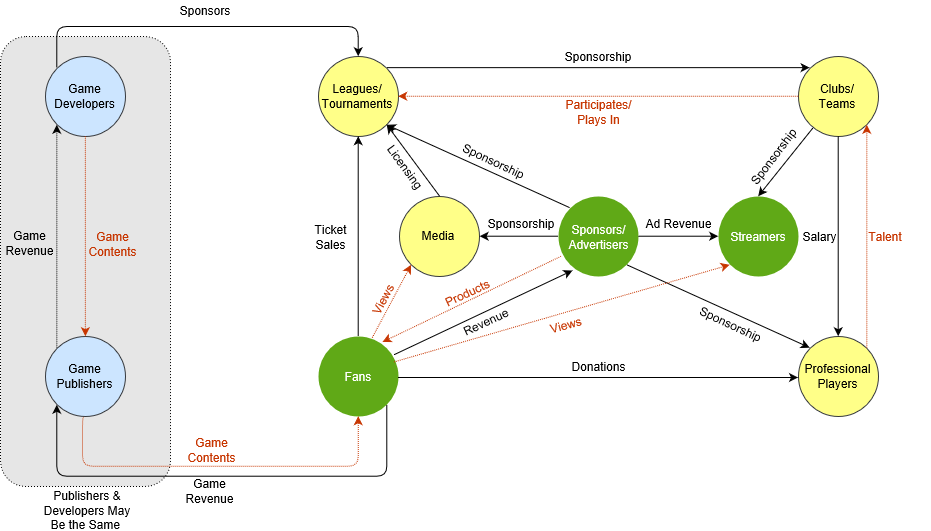
ryanpo/ryanpo.github.io keeps this draw.io diagram as Flow v2.png. Above is the earlier version. Source tidied: cells renumbered, new cells last; positions are measured from the earlier drawing's top-left corner, leaving out a move shared by most shapes.
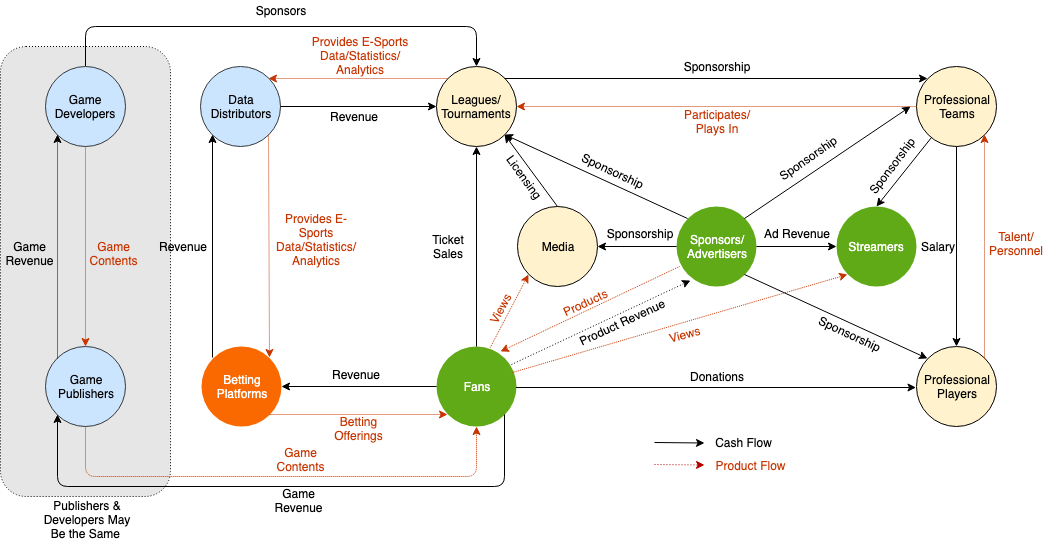
Above is the later version.

Diff of the diagram source:
```diff
@@ -3,40 +3,42 @@
     <mxCell id="0" />
     <mxCell id="1" parent="0" />
     <mxCell id="2" style="rounded=1;whiteSpace=wrap;html=1;dashed=1;dashPattern=1 2;fillColor=#E6E6E6;" parent="1" vertex="1">
-      <mxGeometry y="36" width="170" height="450" as="geometry" />
+      <mxGeometry x="-118" y="36" width="170" height="450" as="geometry" />
     </mxCell>
     <mxCell id="3" value="&lt;div&gt;Sponsors/&lt;/div&gt;&lt;div&gt;Advertisers&lt;br&gt;&lt;/div&gt;" style="ellipse;whiteSpace=wrap;html=1;fillColor=#60a917;strokeColor=none;fontColor=#ffffff;" parent="1" vertex="1">
       <mxGeometry x="557.5" y="196" width="80" height="80" as="geometry" />
     </mxCell>
-    <mxCell id="4" value="&lt;div&gt;Clubs/&lt;/div&gt;&lt;div&gt;Teams&lt;br&gt;&lt;/div&gt;" style="ellipse;whiteSpace=wrap;html=1;fillColor=#ffff88;strokeColor=#36393d;" parent="1" vertex="1">
+    <mxCell id="4" value="&lt;div&gt;Professional&lt;/div&gt;&lt;div&gt;Teams&lt;br&gt;&lt;/div&gt;" style="ellipse;whiteSpace=wrap;html=1;fillColor=#fff2cc;strokeColor=#000000;" parent="1" vertex="1">
       <mxGeometry x="797.5" y="56" width="80" height="80" as="geometry" />
     </mxCell>
     <mxCell id="5" value="Streamers&lt;br&gt;" style="ellipse;whiteSpace=wrap;html=1;fillColor=#60a917;strokeColor=none;fontColor=#ffffff;" parent="1" vertex="1">
       <mxGeometry x="717.5" y="196" width="80" height="80" as="geometry" />
     </mxCell>
+    <mxCell id="55" value="&lt;div&gt;Data&lt;/div&gt;&lt;div&gt;Distributors&lt;/div&gt;" style="ellipse;whiteSpace=wrap;html=1;fillColor=#cce5ff;strokeColor=#36393d;" parent="1" vertex="1">
+      <mxGeometry x="82" y="56" width="80" height="80" as="geometry" />
+    </mxCell>
     <mxCell id="6" value="Fans" style="ellipse;whiteSpace=wrap;html=1;fillColor=#60a917;strokeColor=none;fontColor=#ffffff;" parent="1" vertex="1">
       <mxGeometry x="317.5" y="336" width="80" height="80" as="geometry" />
     </mxCell>
-    <mxCell id="7" value="&lt;div&gt;Leagues/&lt;/div&gt;&lt;div&gt;Tournaments&lt;br&gt;&lt;/div&gt;" style="ellipse;whiteSpace=wrap;html=1;fillColor=#ffff88;strokeColor=#36393d;" parent="1" vertex="1">
+    <mxCell id="7" value="&lt;div&gt;Leagues/&lt;/div&gt;&lt;div&gt;Tournaments&lt;br&gt;&lt;/div&gt;" style="ellipse;whiteSpace=wrap;html=1;fillColor=#fff2cc;strokeColor=#000000;" parent="1" vertex="1">
       <mxGeometry x="317.5" y="56" width="80" height="80" as="geometry" />
     </mxCell>
-    <mxCell id="8" value="&lt;div&gt;Professional&lt;/div&gt;&lt;div&gt;Players&lt;br&gt;&lt;/div&gt;" style="ellipse;whiteSpace=wrap;html=1;fillColor=#ffff88;strokeColor=#36393d;" parent="1" vertex="1">
+    <mxCell id="8" value="&lt;div&gt;Professional&lt;/div&gt;&lt;div&gt;Players&lt;br&gt;&lt;/div&gt;" style="ellipse;whiteSpace=wrap;html=1;fillColor=#fff2cc;strokeColor=#000000;" parent="1" vertex="1">
       <mxGeometry x="797.5" y="336" width="80" height="80" as="geometry" />
     </mxCell>
-    <mxCell id="9" value="&lt;div&gt;Media&lt;br&gt;&lt;/div&gt;" style="ellipse;whiteSpace=wrap;html=1;fillColor=#ffff88;strokeColor=#36393d;" parent="1" vertex="1">
+    <mxCell id="9" value="&lt;div&gt;Media&lt;br&gt;&lt;/div&gt;" style="ellipse;whiteSpace=wrap;html=1;fillColor=#fff2cc;strokeColor=#000000;" parent="1" vertex="1">
       <mxGeometry x="398.5" y="196" width="80" height="80" as="geometry" />
     </mxCell>
     <mxCell id="10" style="edgeStyle=orthogonalEdgeStyle;rounded=1;jettySize=auto;html=1;exitX=0.5;exitY=1;exitDx=0;exitDy=0;entryX=0.5;entryY=1;entryDx=0;entryDy=0;dashed=1;dashPattern=1 1;fillColor=#fa6800;strokeColor=#C73500;" parent="1" edge="1" source="11" target="6">
       <mxGeometry relative="1" as="geometry">
         <Array as="points">
-          <mxPoint x="82" y="416" />
-          <mxPoint x="82" y="466" />
+          <mxPoint x="-33" y="466" />
           <mxPoint x="358" y="466" />
         </Array>
       </mxGeometry>
     </mxCell>
     <mxCell id="11" value="&lt;div&gt;Game&lt;/div&gt;&lt;div&gt;Publishers&lt;br&gt;&lt;/div&gt;" style="ellipse;whiteSpace=wrap;html=1;fillColor=#cce5ff;strokeColor=#36393d;" parent="1" vertex="1">
-      <mxGeometry x="45" y="336" width="80" height="80" as="geometry" />
+      <mxGeometry x="-73" y="336" width="80" height="80" as="geometry" />
     </mxCell>
     <mxCell id="12" style="endArrow=classic;html=1;entryX=0;entryY=0;entryDx=0;entryDy=0;exitX=1;exitY=1;exitDx=0;exitDy=0;" parent="1" edge="1" source="3" target="8">
       <mxGeometry relative="1" as="geometry" />
@@ -89,12 +91,33 @@
     <mxCell id="27" style="endArrow=classic;html=1;exitX=0.5;exitY=1;exitDx=0;exitDy=0;entryX=0.5;entryY=0;entryDx=0;entryDy=0;" parent="1" edge="1" source="4" target="8">
       <mxGeometry relative="1" as="geometry" />
     </mxCell>
+    <mxCell id="56" value="&lt;div&gt;&lt;font color=&quot;#ffffff&quot;&gt;Betting&lt;/font&gt;&lt;/div&gt;&lt;div&gt;&lt;font color=&quot;#ffffff&quot;&gt;Platforms&lt;/font&gt;&lt;br&gt;&lt;/div&gt;" style="ellipse;whiteSpace=wrap;html=1;fillColor=#fa6800;strokeColor=none;fontColor=#ffffff;" parent="1" vertex="1">
+      <mxGeometry x="82.5" y="335.5" width="80" height="80" as="geometry" />
+    </mxCell>
+    <mxCell id="57" style="endArrow=none;startArrow=classic;html=1;exitX=1;exitY=0.5;exitDx=0;exitDy=0;entryX=0;entryY=0.5;entryDx=0;entryDy=0;startFill=1;endFill=0;" parent="1" edge="1" source="56" target="6">
+      <mxGeometry relative="1" as="geometry" />
+    </mxCell>
+    <mxCell id="58" value="&lt;div&gt;Revenue&lt;br&gt;&lt;/div&gt;" style="text;html=1;strokeColor=none;fillColor=none;align=center;verticalAlign=middle;whiteSpace=wrap;rounded=0;rotation=0;" parent="1" vertex="1">
+      <mxGeometry x="192" y="353.5" width="90" height="20" as="geometry" />
+    </mxCell>
+    <mxCell id="59" style="endArrow=classic;html=1;entryX=0;entryY=1;entryDx=0;entryDy=0;exitX=0;exitY=0;exitDx=0;exitDy=0;" parent="1" edge="1" source="56" target="55">
+      <mxGeometry relative="1" as="geometry" />
+    </mxCell>
+    <mxCell id="60" style="endArrow=classic;html=1;entryX=1;entryY=0;entryDx=0;entryDy=0;fillColor=#fa6800;strokeColor=#C73500;rounded=1;dashed=1;dashPattern=1 1;exitX=0;exitY=0;exitDx=0;exitDy=0;" parent="1" edge="1" source="7" target="55">
+      <mxGeometry relative="1" as="geometry" />
+    </mxCell>
+    <mxCell id="61" style="endArrow=classic;html=1;exitX=1;exitY=1;exitDx=0;exitDy=0;entryX=1;entryY=0;entryDx=0;entryDy=0;fillColor=#fa6800;strokeColor=#C73500;rounded=1;dashed=1;dashPattern=1 1;" parent="1" edge="1" source="55" target="56">
+      <mxGeometry relative="1" as="geometry" />
+    </mxCell>
-    <mxCell id="28" style="endArrow=classic;html=1;exitX=0.942;exitY=0.225;exitDx=0;exitDy=0;entryX=0.185;entryY=0.925;entryDx=0;entryDy=0;entryPerimeter=0;exitPerimeter=0;" parent="1" edge="1" source="6" target="3">
+    <mxCell id="28" style="endArrow=classic;html=1;exitX=0.942;exitY=0.225;exitDx=0;exitDy=0;entryX=0.185;entryY=0.925;entryDx=0;entryDy=0;entryPerimeter=0;exitPerimeter=0;dashed=1;dashPattern=1 2;" parent="1" edge="1" source="6" target="3">
       <mxGeometry relative="1" as="geometry" />
     </mxCell>
     <mxCell id="29" style="endArrow=classic;html=1;dashed=1;dashPattern=1 1;fillColor=#fa6800;strokeColor=#C73500;exitX=0.042;exitY=0.746;exitDx=0;exitDy=0;entryX=0.806;entryY=0.061;entryDx=0;entryDy=0;exitPerimeter=0;entryPerimeter=0;" parent="1" edge="1" source="3" target="6">
       <mxGeometry relative="1" as="geometry" />
     </mxCell>
+    <mxCell id="62" style="endArrow=classic;html=1;entryX=0;entryY=0.5;entryDx=0;entryDy=0;exitX=1;exitY=0.5;exitDx=0;exitDy=0;" parent="1" edge="1" source="55" target="7">
+      <mxGeometry relative="1" as="geometry" />
+    </mxCell>
     <mxCell id="30" style="endArrow=classic;html=1;dashed=1;dashPattern=1 1;exitX=0.956;exitY=0.325;exitDx=0;exitDy=0;exitPerimeter=0;entryX=0;entryY=1;entryDx=0;entryDy=0;fillColor=#fa6800;strokeColor=#C73500;" parent="1" edge="1" source="6" target="5">
       <mxGeometry relative="1" as="geometry" />
     </mxCell>
@@ -103,15 +126,15 @@
         <mxPoint x="371.7" y="337.1" as="sourcePoint" />
       </mxGeometry>
     </mxCell>
-    <mxCell id="32" style="edgeStyle=elbowEdgeStyle;rounded=1;jettySize=auto;elbow=vertical;html=1;entryX=0.5;entryY=0;entryDx=0;entryDy=0;strokeColor=#000000;exitX=0;exitY=0;exitDx=0;exitDy=0;" parent="1" edge="1" source="33" target="7">
+    <mxCell id="32" style="edgeStyle=elbowEdgeStyle;rounded=1;jettySize=auto;elbow=vertical;html=1;exitX=0.5;exitY=0;exitDx=0;exitDy=0;entryX=0.5;entryY=0;entryDx=0;entryDy=0;strokeColor=#000000;" parent="1" edge="1" source="33" target="7">
       <mxGeometry relative="1" as="geometry">
         <Array as="points">
-          <mxPoint x="202" y="26" />
+          <mxPoint x="162" y="16" />
         </Array>
       </mxGeometry>
     </mxCell>
     <mxCell id="33" value="&lt;div&gt;Game Developers&lt;br&gt;&lt;/div&gt;" style="ellipse;whiteSpace=wrap;html=1;fillColor=#cce5ff;strokeColor=#36393d;" parent="1" vertex="1">
-      <mxGeometry x="45" y="55.8" width="80" height="80" as="geometry" />
+      <mxGeometry x="-73" y="55.8" width="80" height="80" as="geometry" />
     </mxCell>
     <mxCell id="34" style="endArrow=classic;html=1;exitX=1;exitY=0;exitDx=0;exitDy=0;entryX=0;entryY=0;entryDx=0;entryDy=0;" parent="1" edge="1" source="7" target="4">
       <mxGeometry relative="1" as="geometry" />
@@ -126,7 +149,7 @@
       <mxGeometry relative="1" as="geometry" />
     </mxCell>
     <mxCell id="38" value="&lt;div&gt;Publishers &amp;amp; Developers May&lt;/div&gt;&lt;div&gt;Be the Same&amp;nbsp;&lt;/div&gt;" style="text;html=1;strokeColor=none;fillColor=none;align=center;verticalAlign=middle;whiteSpace=wrap;rounded=0;dashed=1;dashPattern=1 2;" parent="1" vertex="1">
-      <mxGeometry x="37" y="499" width="100" height="20" as="geometry" />
+      <mxGeometry x="-81" y="499" width="100" height="20" as="geometry" />
     </mxCell>
     <mxCell id="39" value="&lt;div&gt;&lt;font color=&quot;#c73500&quot;&gt;Views&lt;/font&gt;&lt;br&gt;&lt;/div&gt;" style="text;html=1;strokeColor=none;fillColor=none;align=center;verticalAlign=middle;whiteSpace=wrap;rounded=0;rotation=-62;" parent="1" vertex="1">
       <mxGeometry x="361" y="292" width="41" height="14" as="geometry" />
@@ -134,8 +157,8 @@
     <mxCell id="40" value="&lt;div&gt;&lt;font color=&quot;#c73500&quot;&gt;Products&lt;/font&gt;&lt;br&gt;&lt;/div&gt;" style="text;html=1;strokeColor=none;fillColor=none;align=center;verticalAlign=middle;whiteSpace=wrap;rounded=0;rotation=-25;" parent="1" vertex="1">
       <mxGeometry x="440.5" y="282" width="52" height="20" as="geometry" />
     </mxCell>
-    <mxCell id="41" value="Revenue&lt;br&gt;" style="text;html=1;strokeColor=none;fillColor=none;align=center;verticalAlign=middle;whiteSpace=wrap;rounded=0;rotation=-25;" parent="1" vertex="1">
-      <mxGeometry x="456.5" y="310.5" width="57" height="20" as="geometry" />
+    <mxCell id="41" value="Product Revenue&lt;br&gt;" style="text;html=1;strokeColor=none;fillColor=none;align=center;verticalAlign=middle;whiteSpace=wrap;rounded=0;rotation=-25;" parent="1" vertex="1">
+      <mxGeometry x="455" y="302" width="96" height="20" as="geometry" />
     </mxCell>
     <mxCell id="42" value="&lt;div&gt;&lt;font color=&quot;#c73500&quot;&gt;Participates/&lt;/font&gt;&lt;/div&gt;&lt;div&gt;&lt;font color=&quot;#c73500&quot;&gt;Plays In&lt;/font&gt;&lt;br&gt;&lt;/div&gt;" style="text;html=1;strokeColor=none;fillColor=none;align=center;verticalAlign=middle;whiteSpace=wrap;rounded=0;rotation=0;" parent="1" vertex="1">
       <mxGeometry x="552.5" y="90" width="90" height="42" as="geometry" />
@@ -143,17 +166,29 @@
     <mxCell id="43" value="Sponsorship&lt;br&gt;" style="text;html=1;strokeColor=none;fillColor=none;align=center;verticalAlign=middle;whiteSpace=wrap;rounded=0;" parent="1" vertex="1">
       <mxGeometry x="557.5" y="46" width="80" height="20" as="geometry" />
     </mxCell>
+    <mxCell id="63" value="&lt;div&gt;&lt;font color=&quot;#c73500&quot;&gt;Provides E-Sports Data/Statistics/&lt;/font&gt;&lt;/div&gt;&lt;div&gt;&lt;font color=&quot;#c73500&quot;&gt;Analytics&lt;/font&gt;&lt;br&gt;&lt;/div&gt;" style="text;html=1;strokeColor=none;fillColor=none;align=center;verticalAlign=middle;whiteSpace=wrap;rounded=0;rotation=0;" parent="1" vertex="1">
+      <mxGeometry x="191" y="35" width="102" height="20" as="geometry" />
+    </mxCell>
+    <mxCell id="64" value="&lt;div&gt;Revenue&lt;br&gt;&lt;/div&gt;" style="text;html=1;strokeColor=none;fillColor=none;align=center;verticalAlign=middle;whiteSpace=wrap;rounded=0;rotation=0;" parent="1" vertex="1">
+      <mxGeometry x="189.5" y="96" width="90" height="20" as="geometry" />
+    </mxCell>
+    <mxCell id="65" value="&lt;div&gt;&lt;font color=&quot;#c73500&quot;&gt;Provides E-Sports Data/Statistics/&lt;/font&gt;&lt;/div&gt;&lt;div&gt;&lt;font color=&quot;#c73500&quot;&gt;Analytics&lt;/font&gt;&lt;/div&gt;&lt;div&gt;&lt;font color=&quot;#009930&quot;&gt;&lt;/font&gt;&lt;font color=&quot;#cc6600&quot;&gt;&lt;/font&gt;&lt;br&gt;&lt;/div&gt;" style="text;html=1;strokeColor=none;fillColor=none;align=center;verticalAlign=middle;whiteSpace=wrap;rounded=0;rotation=0;" parent="1" vertex="1">
+      <mxGeometry x="152.5" y="215" width="90" height="42" as="geometry" />
+    </mxCell>
+    <mxCell id="66" value="&lt;div&gt;Revenue&lt;br&gt;&lt;/div&gt;" style="text;html=1;strokeColor=none;fillColor=none;align=center;verticalAlign=middle;whiteSpace=wrap;rounded=0;" parent="1" vertex="1">
+      <mxGeometry x="19" y="225.5" width="90" height="20" as="geometry" />
+    </mxCell>
     <mxCell id="44" value="&lt;div&gt;&lt;font color=&quot;#c73500&quot;&gt;Game Contents&lt;/font&gt;&lt;br&gt;&lt;/div&gt;" style="text;html=1;strokeColor=none;fillColor=none;align=center;verticalAlign=middle;whiteSpace=wrap;rounded=0;rotation=0;" parent="1" vertex="1">
-      <mxGeometry x="182" y="433.5" width="59" height="31" as="geometry" />
+      <mxGeometry x="152.5" y="433.5" width="59" height="31" as="geometry" />
     </mxCell>
     <mxCell id="45" value="&lt;div&gt;Game&lt;/div&gt;&lt;div&gt;Revenue&lt;br&gt;&lt;/div&gt;" style="text;html=1;strokeColor=none;fillColor=none;align=center;verticalAlign=middle;whiteSpace=wrap;rounded=0;rotation=0;" parent="1" vertex="1">
-      <mxGeometry x="185" y="480" width="48" height="20" as="geometry" />
+      <mxGeometry x="156" y="480" width="48" height="20" as="geometry" />
     </mxCell>
     <mxCell id="46" value="&lt;div&gt;Game&lt;/div&gt;&lt;div&gt;Revenue&lt;br&gt;&lt;/div&gt;" style="text;html=1;strokeColor=none;fillColor=none;align=center;verticalAlign=middle;whiteSpace=wrap;rounded=0;rotation=0;" parent="1" vertex="1">
-      <mxGeometry x="5" y="233" width="48" height="20" as="geometry" />
+      <mxGeometry x="-113" y="233" width="48" height="20" as="geometry" />
     </mxCell>
     <mxCell id="47" value="&lt;div&gt;&lt;font color=&quot;#c73500&quot;&gt;Game Contents&lt;/font&gt;&lt;br&gt;&lt;/div&gt;" style="text;html=1;strokeColor=none;fillColor=none;align=center;verticalAlign=middle;whiteSpace=wrap;rounded=0;rotation=0;" parent="1" vertex="1">
-      <mxGeometry x="90" y="227.5" width="46" height="31" as="geometry" />
+      <mxGeometry x="-28" y="227.5" width="46" height="31" as="geometry" />
     </mxCell>
     <mxCell id="48" value="&lt;div&gt;&lt;font color=&quot;#c73500&quot;&gt;Views&lt;/font&gt;&lt;br&gt;&lt;/div&gt;" style="text;html=1;strokeColor=none;fillColor=none;align=center;verticalAlign=middle;whiteSpace=wrap;rounded=0;rotation=-15;" parent="1" vertex="1">
       <mxGeometry x="545" y="313.5" width="41" height="20" as="geometry" />
@@ -168,18 +203,50 @@
       <mxGeometry relative="1" as="geometry">
         <Array as="points">
           <mxPoint x="386" y="476" />
-          <mxPoint x="56" y="476" />
+          <mxPoint x="-61" y="476" />
         </Array>
       </mxGeometry>
     </mxCell>
     <mxCell id="52" value="&lt;div&gt;Sponsors&lt;br&gt;&lt;/div&gt;" style="text;html=1;strokeColor=none;fillColor=none;align=center;verticalAlign=middle;whiteSpace=wrap;rounded=0;rotation=0;" parent="1" vertex="1">
-      <mxGeometry x="180" width="48" height="20" as="geometry" />
+      <mxGeometry x="138" y="-10" width="48" height="20" as="geometry" />
     </mxCell>
+    <mxCell id="67" style="endArrow=classic;html=1;exitX=1;exitY=1;exitDx=0;exitDy=0;entryX=0;entryY=1;entryDx=0;entryDy=0;fillColor=#fa6800;strokeColor=#C73500;rounded=1;dashed=1;dashPattern=1 1;" parent="1" edge="1" source="56" target="6">
+      <mxGeometry relative="1" as="geometry" />
+    </mxCell>
+    <mxCell id="68" value="&lt;div&gt;&lt;font color=&quot;#c73500&quot;&gt;Betting &lt;/font&gt;&lt;/div&gt;&lt;div&gt;&lt;font color=&quot;#c73500&quot;&gt;Offerings&lt;/font&gt;&lt;br&gt;&lt;/div&gt;" style="text;html=1;strokeColor=none;fillColor=none;align=center;verticalAlign=middle;whiteSpace=wrap;rounded=0;rotation=0;" parent="1" vertex="1">
+      <mxGeometry x="210.5" y="402.5" width="59" height="31" as="geometry" />
+    </mxCell>
     <mxCell id="53" style="endArrow=classic;html=1;dashed=1;dashPattern=1 1;fillColor=#fa6800;strokeColor=#C73500;exitX=1;exitY=0;exitDx=0;exitDy=0;entryX=1;entryY=1;entryDx=0;entryDy=0;" parent="1" edge="1" source="8" target="4">
       <mxGeometry relative="1" as="geometry" />
     </mxCell>
-    <mxCell id="54" value="&lt;div&gt;&lt;font color=&quot;#c73500&quot;&gt;Talent&lt;/font&gt;&lt;/div&gt;&lt;div&gt;&lt;br&gt;&lt;/div&gt;" style="text;html=1;strokeColor=none;fillColor=none;align=center;verticalAlign=middle;whiteSpace=wrap;rounded=0;rotation=0;" parent="1" vertex="1">
-      <mxGeometry x="839.5" y="222" width="90" height="42" as="geometry" />
+    <mxCell id="54" value="&lt;div&gt;&lt;font color=&quot;#c73500&quot;&gt;Talent/&lt;/font&gt;&lt;/div&gt;&lt;div&gt;&lt;font color=&quot;#c73500&quot;&gt;Personnel&lt;/font&gt;&lt;/div&gt;&lt;div&gt;&lt;br&gt;&lt;/div&gt;" style="text;html=1;strokeColor=none;fillColor=none;align=center;verticalAlign=middle;whiteSpace=wrap;rounded=0;rotation=0;" parent="1" vertex="1">
+      <mxGeometry x="852" y="219" width="90" height="42" as="geometry" />
     </mxCell>
+    <mxCell id="69" style="endArrow=classic;html=1;exitX=1;exitY=0;exitDx=0;exitDy=0;" parent="1" edge="1" source="3">
+      <mxGeometry relative="1" as="geometry">
+        <mxPoint x="792" y="96" as="targetPoint" />
+      </mxGeometry>
+    </mxCell>
+    <mxCell id="70" value="Sponsorship&lt;br&gt;" style="text;html=1;strokeColor=none;fillColor=none;align=center;verticalAlign=middle;whiteSpace=wrap;rounded=0;rotation=-35;" parent="1" vertex="1">
+      <mxGeometry x="648.5" y="138" width="80" height="20" as="geometry" />
+    </mxCell>
+    <mxCell id="71" style="endArrow=classic;html=1;strokeColor=#000000;" parent="1" edge="1">
+      <mxGeometry relative="1" as="geometry">
+        <mxPoint x="536" y="432" as="sourcePoint" />
+        <mxPoint x="586" y="432.5" as="targetPoint" />
+      </mxGeometry>
+    </mxCell>
+    <mxCell id="72" style="endArrow=classic;html=1;dashed=1;dashPattern=1 2;strokeColor=#B20000;fillColor=#e51400;" parent="1" edge="1">
+      <mxGeometry relative="1" as="geometry">
+        <mxPoint x="536" y="454" as="sourcePoint" />
+        <mxPoint x="586" y="454.5" as="targetPoint" />
+      </mxGeometry>
+    </mxCell>
+    <mxCell id="73" value="&lt;div&gt;Cash Flow&lt;br&gt;&lt;/div&gt;" style="text;html=1;strokeColor=none;fillColor=none;align=center;verticalAlign=middle;whiteSpace=wrap;rounded=0;rotation=0;" parent="1" vertex="1">
+      <mxGeometry x="579" y="421.5" width="93" height="20" as="geometry" />
+    </mxCell>
+    <mxCell id="74" value="&lt;div&gt;&lt;font color=&quot;#c73500&quot;&gt;Product Flow&lt;/font&gt;&lt;br&gt;&lt;/div&gt;" style="text;html=1;strokeColor=none;fillColor=none;align=center;verticalAlign=middle;whiteSpace=wrap;rounded=0;rotation=0;" parent="1" vertex="1">
+      <mxGeometry x="595" y="444.5" width="75" height="20" as="geometry" />
+    </mxCell>
   </root>
 </mxGraphModel>
```
